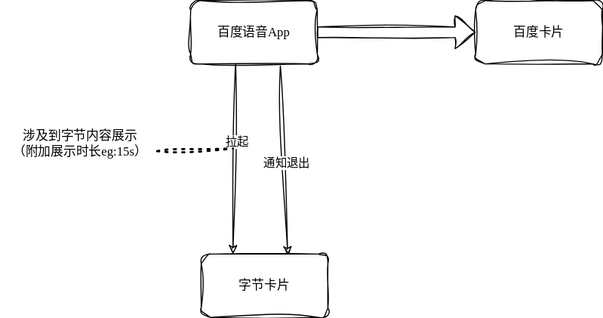
fox-zhw/UML keeps this draw.io diagram as SGM_arch.drawio.svg. Above is the earlier version. Source tidied: cells renumbered, new cells last; positions are measured from the earlier drawing's top-left corner, leaving out a move shared by most shapes.
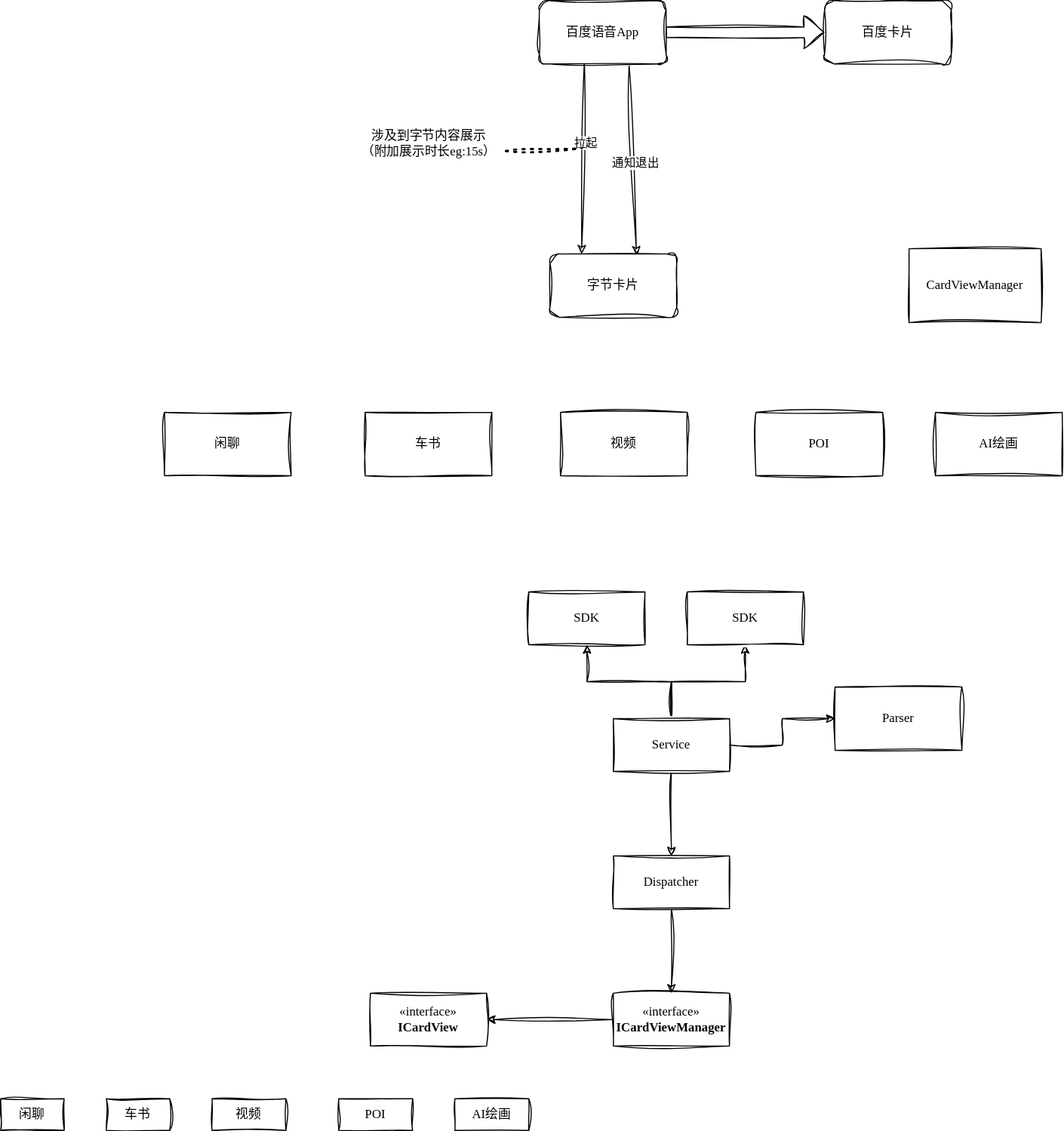
Later version of the same file.

Diff of the diagram source:
```diff
@@ -36,5 +36,77 @@
         <mxPoint x="220" y="140" as="targetPoint" />
       </mxGeometry>
     </mxCell>
+    <mxCell id="12" value="闲聊" style="whiteSpace=wrap;html=1;sketch=1;hachureGap=4;jiggle=2;curveFitting=1;fontFamily=Architects Daughter;fontSource=https%3A%2F%2Ffonts.googleapis.com%2Fcss%3Ffamily%3DArchitects%2BDaughter;" parent="1" vertex="1">
+      <mxGeometry x="-175" y="390" width="120" height="60" as="geometry" />
+    </mxCell>
+    <mxCell id="13" value="车书" style="whiteSpace=wrap;html=1;sketch=1;hachureGap=4;jiggle=2;curveFitting=1;fontFamily=Architects Daughter;fontSource=https%3A%2F%2Ffonts.googleapis.com%2Fcss%3Ffamily%3DArchitects%2BDaughter;" parent="1" vertex="1">
+      <mxGeometry x="15" y="390" width="120" height="60" as="geometry" />
+    </mxCell>
+    <mxCell id="14" value="视频" style="whiteSpace=wrap;html=1;sketch=1;hachureGap=4;jiggle=2;curveFitting=1;fontFamily=Architects Daughter;fontSource=https%3A%2F%2Ffonts.googleapis.com%2Fcss%3Ffamily%3DArchitects%2BDaughter;" parent="1" vertex="1">
+      <mxGeometry x="200" y="390" width="120" height="60" as="geometry" />
+    </mxCell>
+    <mxCell id="15" value="POI" style="whiteSpace=wrap;html=1;sketch=1;hachureGap=4;jiggle=2;curveFitting=1;fontFamily=Architects Daughter;fontSource=https%3A%2F%2Ffonts.googleapis.com%2Fcss%3Ffamily%3DArchitects%2BDaughter;" parent="1" vertex="1">
+      <mxGeometry x="385" y="390" width="120" height="60" as="geometry" />
+    </mxCell>
+    <mxCell id="16" value="AI绘画" style="whiteSpace=wrap;html=1;sketch=1;hachureGap=4;jiggle=2;curveFitting=1;fontFamily=Architects Daughter;fontSource=https%3A%2F%2Ffonts.googleapis.com%2Fcss%3Ffamily%3DArchitects%2BDaughter;" parent="1" vertex="1">
+      <mxGeometry x="555" y="390" width="120" height="60" as="geometry" />
+    </mxCell>
+    <mxCell id="17" value="CardViewManager" style="whiteSpace=wrap;html=1;sketch=1;hachureGap=4;jiggle=2;curveFitting=1;fontFamily=Architects Daughter;fontSource=https%3A%2F%2Ffonts.googleapis.com%2Fcss%3Ffamily%3DArchitects%2BDaughter;" parent="1" vertex="1">
+      <mxGeometry x="530" y="235" width="125" height="70" as="geometry" />
+    </mxCell>
+    <mxCell id="18" value="«interface»&lt;br&gt;&lt;b&gt;ICardView&lt;/b&gt;" style="html=1;whiteSpace=wrap;sketch=1;hachureGap=4;jiggle=2;curveFitting=1;fontFamily=Architects Daughter;fontSource=https%3A%2F%2Ffonts.googleapis.com%2Fcss%3Ffamily%3DArchitects%2BDaughter;" parent="1" vertex="1">
+      <mxGeometry x="20" y="940" width="110" height="50" as="geometry" />
+    </mxCell>
+    <mxCell id="19" style="edgeStyle=orthogonalEdgeStyle;rounded=0;sketch=1;hachureGap=4;jiggle=2;curveFitting=1;jettySize=auto;html=1;fontFamily=Architects Daughter;fontSource=https%3A%2F%2Ffonts.googleapis.com%2Fcss%3Ffamily%3DArchitects%2BDaughter;" parent="1" edge="1" source="20" target="18">
+      <mxGeometry relative="1" as="geometry" />
+    </mxCell>
+    <mxCell id="20" value="«interface»&lt;br&gt;&lt;b&gt;ICardViewManager&lt;/b&gt;" style="html=1;whiteSpace=wrap;sketch=1;hachureGap=4;jiggle=2;curveFitting=1;fontFamily=Architects Daughter;fontSource=https%3A%2F%2Ffonts.googleapis.com%2Fcss%3Ffamily%3DArchitects%2BDaughter;" parent="1" vertex="1">
+      <mxGeometry x="250" y="940" width="110" height="50" as="geometry" />
+    </mxCell>
+    <mxCell id="21" value="闲聊" style="whiteSpace=wrap;html=1;sketch=1;hachureGap=4;jiggle=2;curveFitting=1;fontFamily=Architects Daughter;fontSource=https%3A%2F%2Ffonts.googleapis.com%2Fcss%3Ffamily%3DArchitects%2BDaughter;" parent="1" vertex="1">
+      <mxGeometry x="-330" y="1040" width="60" height="30" as="geometry" />
+    </mxCell>
+    <mxCell id="22" value="车书" style="whiteSpace=wrap;html=1;sketch=1;hachureGap=4;jiggle=2;curveFitting=1;fontFamily=Architects Daughter;fontSource=https%3A%2F%2Ffonts.googleapis.com%2Fcss%3Ffamily%3DArchitects%2BDaughter;" parent="1" vertex="1">
+      <mxGeometry x="-230" y="1040" width="60" height="30" as="geometry" />
+    </mxCell>
+    <mxCell id="23" value="视频" style="whiteSpace=wrap;html=1;sketch=1;hachureGap=4;jiggle=2;curveFitting=1;fontFamily=Architects Daughter;fontSource=https%3A%2F%2Ffonts.googleapis.com%2Fcss%3Ffamily%3DArchitects%2BDaughter;" parent="1" vertex="1">
+      <mxGeometry x="-130" y="1040" width="70" height="30" as="geometry" />
+    </mxCell>
+    <mxCell id="24" value="POI" style="whiteSpace=wrap;html=1;sketch=1;hachureGap=4;jiggle=2;curveFitting=1;fontFamily=Architects Daughter;fontSource=https%3A%2F%2Ffonts.googleapis.com%2Fcss%3Ffamily%3DArchitects%2BDaughter;" parent="1" vertex="1">
+      <mxGeometry x="-10" y="1040" width="70" height="30" as="geometry" />
+    </mxCell>
+    <mxCell id="25" value="AI绘画" style="whiteSpace=wrap;html=1;sketch=1;hachureGap=4;jiggle=2;curveFitting=1;fontFamily=Architects Daughter;fontSource=https%3A%2F%2Ffonts.googleapis.com%2Fcss%3Ffamily%3DArchitects%2BDaughter;" parent="1" vertex="1">
+      <mxGeometry x="100" y="1040" width="70" height="30" as="geometry" />
+    </mxCell>
+    <mxCell id="26" style="edgeStyle=orthogonalEdgeStyle;rounded=0;sketch=1;hachureGap=4;jiggle=2;curveFitting=1;jettySize=auto;html=1;entryX=0.5;entryY=0;entryDx=0;entryDy=0;fontFamily=Architects Daughter;fontSource=https%3A%2F%2Ffonts.googleapis.com%2Fcss%3Ffamily%3DArchitects%2BDaughter;" parent="1" edge="1" source="27" target="20">
+      <mxGeometry relative="1" as="geometry" />
+    </mxCell>
+    <mxCell id="27" value="Dispatcher" style="html=1;whiteSpace=wrap;sketch=1;hachureGap=4;jiggle=2;curveFitting=1;fontFamily=Architects Daughter;fontSource=https%3A%2F%2Ffonts.googleapis.com%2Fcss%3Ffamily%3DArchitects%2BDaughter;" parent="1" vertex="1">
+      <mxGeometry x="250" y="810" width="110" height="50" as="geometry" />
+    </mxCell>
+    <mxCell id="28" style="edgeStyle=orthogonalEdgeStyle;rounded=0;sketch=1;hachureGap=4;jiggle=2;curveFitting=1;jettySize=auto;html=1;fontFamily=Architects Daughter;fontSource=https%3A%2F%2Ffonts.googleapis.com%2Fcss%3Ffamily%3DArchitects%2BDaughter;" parent="1" edge="1" source="32" target="33">
+      <mxGeometry relative="1" as="geometry" />
+    </mxCell>
+    <mxCell id="29" style="edgeStyle=orthogonalEdgeStyle;rounded=0;sketch=1;hachureGap=4;jiggle=2;curveFitting=1;jettySize=auto;html=1;exitX=0.5;exitY=0;exitDx=0;exitDy=0;entryX=0.5;entryY=1;entryDx=0;entryDy=0;fontFamily=Architects Daughter;fontSource=https%3A%2F%2Ffonts.googleapis.com%2Fcss%3Ffamily%3DArchitects%2BDaughter;" parent="1" edge="1" source="32" target="34">
+      <mxGeometry relative="1" as="geometry" />
+    </mxCell>
+    <mxCell id="30" style="edgeStyle=orthogonalEdgeStyle;rounded=0;sketch=1;hachureGap=4;jiggle=2;curveFitting=1;jettySize=auto;html=1;entryX=0;entryY=0.5;entryDx=0;entryDy=0;fontFamily=Architects Daughter;fontSource=https%3A%2F%2Ffonts.googleapis.com%2Fcss%3Ffamily%3DArchitects%2BDaughter;" parent="1" edge="1" source="32" target="35">
+      <mxGeometry relative="1" as="geometry" />
+    </mxCell>
+    <mxCell id="31" style="edgeStyle=orthogonalEdgeStyle;rounded=0;sketch=1;hachureGap=4;jiggle=2;curveFitting=1;jettySize=auto;html=1;fontFamily=Architects Daughter;fontSource=https%3A%2F%2Ffonts.googleapis.com%2Fcss%3Ffamily%3DArchitects%2BDaughter;" parent="1" edge="1" source="32" target="27">
+      <mxGeometry relative="1" as="geometry" />
+    </mxCell>
+    <mxCell id="32" value="Service" style="html=1;whiteSpace=wrap;sketch=1;hachureGap=4;jiggle=2;curveFitting=1;fontFamily=Architects Daughter;fontSource=https%3A%2F%2Ffonts.googleapis.com%2Fcss%3Ffamily%3DArchitects%2BDaughter;" parent="1" vertex="1">
+      <mxGeometry x="250" y="680" width="110" height="50" as="geometry" />
+    </mxCell>
+    <mxCell id="33" value="SDK" style="html=1;whiteSpace=wrap;sketch=1;hachureGap=4;jiggle=2;curveFitting=1;fontFamily=Architects Daughter;fontSource=https%3A%2F%2Ffonts.googleapis.com%2Fcss%3Ffamily%3DArchitects%2BDaughter;" parent="1" vertex="1">
+      <mxGeometry x="170" y="560" width="110" height="50" as="geometry" />
+    </mxCell>
+    <mxCell id="34" value="SDK" style="html=1;whiteSpace=wrap;sketch=1;hachureGap=4;jiggle=2;curveFitting=1;fontFamily=Architects Daughter;fontSource=https%3A%2F%2Ffonts.googleapis.com%2Fcss%3Ffamily%3DArchitects%2BDaughter;" parent="1" vertex="1">
+      <mxGeometry x="320" y="560" width="110" height="50" as="geometry" />
+    </mxCell>
+    <mxCell id="35" value="Parser" style="whiteSpace=wrap;html=1;sketch=1;hachureGap=4;jiggle=2;curveFitting=1;fontFamily=Architects Daughter;fontSource=https%3A%2F%2Ffonts.googleapis.com%2Fcss%3Ffamily%3DArchitects%2BDaughter;" parent="1" vertex="1">
+      <mxGeometry x="460" y="650" width="120" height="60" as="geometry" />
+    </mxCell>
   </root>
 </mxGraphModel>
```
